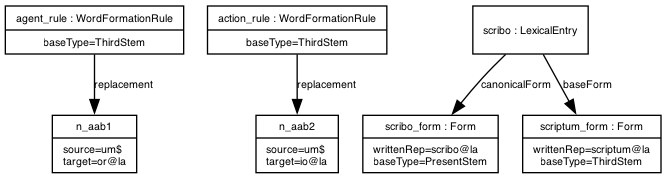
This is examples/example_23.png from ontolex/morph, a Graphviz export, as it was before one commit. Its source is kept beside it as examples/example_23.dot. Its diagram source:
```dot
digraph G {
  fontname = "Bitstream Vera Sans"
    fontsize = 8

    node [
      fontname = "Bitstream Vera Sans"
      fontsize = 8
      shape = "record"
    ]

    edge [
      fontname = "Bitstream Vera Sans"
      fontsize = 8
    ]

n_aab1 [ label="{n_aab1|source=um$\ltarget=or@la}" ]
agent_rule -> n_aab1 [ label="replacement" ]
agent_rule [ label="{agent_rule : WordFormationRule|baseType=ThirdStem}" ]
n_aab2 [ label="{n_aab2|source=um$\ltarget=io@la}" ]
action_rule -> n_aab2 [ label="replacement" ]
action_rule [ label="{action_rule : WordFormationRule|baseType=ThirdStem}" ]
scribo_form [ label="{scribo_form : Form|writtenRep=scribo@la\lbaseType=PresentStem}" ]
scribo -> scribo_form [ label="canonicalForm" ]
scriptum_form [ label="{scriptum_form : Form|writtenRep=scriptum@la\lbaseType=ThirdStem}" ]
scribo -> scriptum_form [ label="baseForm" ]
scribo [ label="{scribo : LexicalEntry}" ]
}
```
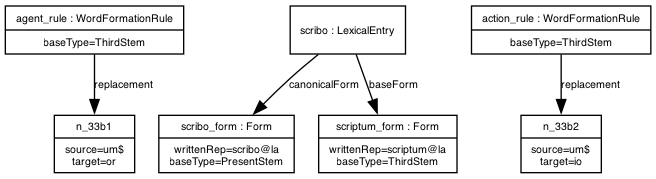
After the commit.

Commit message:
Removed language tags from morph:source and morph:target in examples, added an explanation of that choice; removed an ambigious term "Tabular" to a morph:example definition. Fixes #61 and fixes #56

The edit, as a diff of the source:
```diff
@@ -13,15 +13,15 @@
       fontsize = 8
     ]
 
-n_aab1 [ label="{n_aab1|source=um$\ltarget=or@la}" ]
-agent_rule -> n_aab1 [ label="replacement" ]
+n_33b1 [ label="{n_33b1|source=um$\ntarget=or}" ]
+agent_rule -> n_33b1 [ label="replacement" ]
 agent_rule [ label="{agent_rule : WordFormationRule|baseType=ThirdStem}" ]
-n_aab2 [ label="{n_aab2|source=um$\ltarget=io@la}" ]
-action_rule -> n_aab2 [ label="replacement" ]
-action_rule [ label="{action_rule : WordFormationRule|baseType=ThirdStem}" ]
-scribo_form [ label="{scribo_form : Form|writtenRep=scribo@la\lbaseType=PresentStem}" ]
+scribo_form [ label="{scribo_form : Form|writtenRep=scribo@la\nbaseType=PresentStem}" ]
 scribo -> scribo_form [ label="canonicalForm" ]
-scriptum_form [ label="{scriptum_form : Form|writtenRep=scriptum@la\lbaseType=ThirdStem}" ]
+scriptum_form [ label="{scriptum_form : Form|writtenRep=scriptum@la\nbaseType=ThirdStem}" ]
 scribo -> scriptum_form [ label="baseForm" ]
 scribo [ label="{scribo : LexicalEntry}" ]
+n_33b2 [ label="{n_33b2|source=um$\ntarget=io}" ]
+action_rule -> n_33b2 [ label="replacement" ]
+action_rule [ label="{action_rule : WordFormationRule|baseType=ThirdStem}" ]
 }
```
